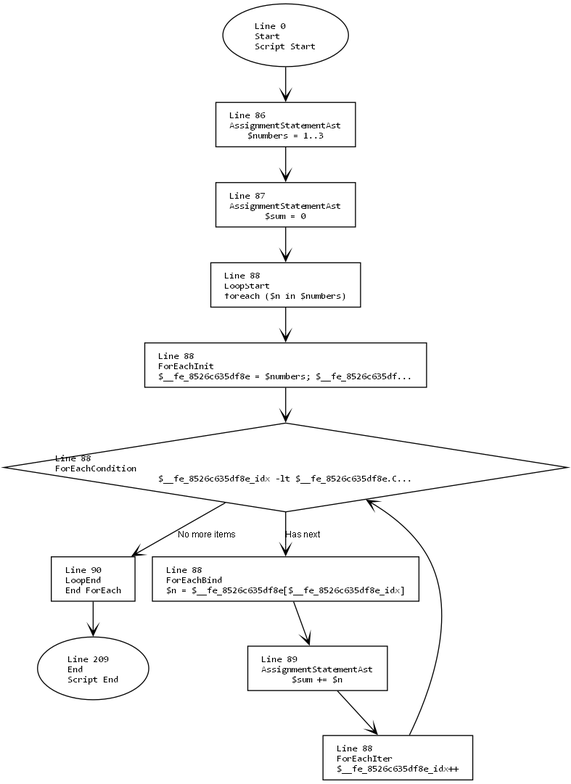
The Graphviz diagram in/in.png in mine41/deob, before a commit. Its source is kept beside it as in/in.dot.
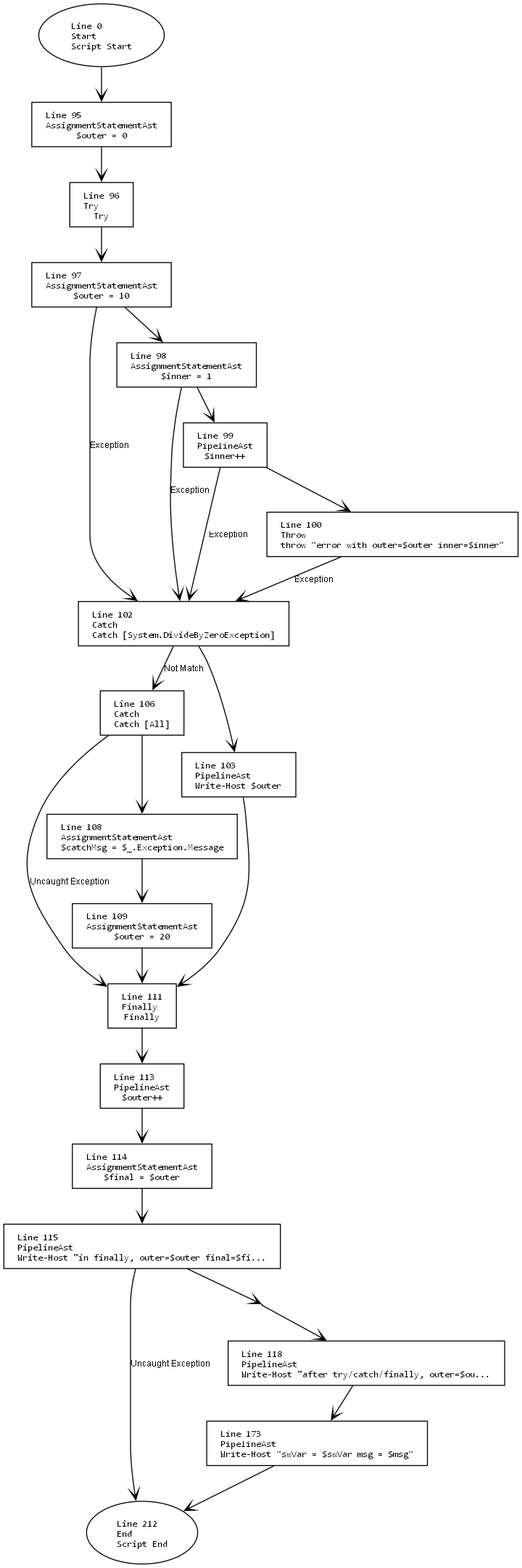
Above is the later version.

The edit, as a diff of the source:
```diff
@@ -11,26 +11,49 @@
     edge [fontname="Arial", arrowhead=vee, fontsize=9];
 
     1 [label="Line 0\lStart\lScript Start", shape=oval];
-    2 [label="Line 209\lEnd\lScript End", shape=oval];
-    3 [label="Line 86\lAssignmentStatementAst\l$numbers = 1..3", shape=box];
-    4 [label="Line 87\lAssignmentStatementAst\l$sum = 0", shape=box];
-    5 [label="Line 88\lLoopStart\lforeach ($n in $numbers)", shape=box];
-    6 [label="Line 88\lForEachInit\l$__fe_8526c635df8e = $numbers; $__fe_8526c635df...", shape=box];
-    7 [label="Line 88\lForEachCondition\l$__fe_8526c635df8e_idx -lt $__fe_8526c635df8e.C...", shape=diamond];
-    8 [label="Line 90\lLoopEnd\lEnd ForEach", shape=box];
-    9 [label="Line 88\lForEachBind\l$n = $__fe_8526c635df8e[$__fe_8526c635df8e_idx]", shape=box];
-    10 [label="Line 88\lForEachIter\l$__fe_8526c635df8e_idx++", shape=box];
-    11 [label="Line 89\lAssignmentStatementAst\l$sum += $n", shape=box];
+    2 [label="Line 212\lEnd\lScript End", shape=oval];
+    3 [label="Line 95\lAssignmentStatementAst\l$outer = 0", shape=box];
+    4 [label="Line 96\lTry\lTry", shape=box];
+    5 [label="Line 111\lFinally\lFinally", shape=box];
+    6 [label="Line 102\lCatch\lCatch [System.DivideByZeroException]", shape=box];
+    7 [label="Line 106\lCatch\lCatch [All]", shape=box];
+    8 [label="Line 97\lAssignmentStatementAst\l$outer = 10", shape=box];
+    9 [label="Line 98\lAssignmentStatementAst\l$inner = 1", shape=box];
+    10 [label="Line 99\lPipelineAst\l$inner++", shape=box];
+    11 [label="Line 100\lThrow\lthrow \"error with outer=$outer inner=$inner\"", shape=box];
+    12 [label="Line 103\lPipelineAst\lWrite-Host $outer", shape=box];
+    13 [label="Line 108\lAssignmentStatementAst\l$catchMsg = $_.Exception.Message", shape=box];
+    14 [label="Line 109\lAssignmentStatementAst\l$outer = 20", shape=box];
+    15 [label="Line 113\lPipelineAst\l$outer++", shape=box];
+    16 [label="Line 114\lAssignmentStatementAst\l$final = $outer", shape=box];
+    17 [label="Line 115\lPipelineAst\lWrite-Host \"in finally, outer=$outer final=$fi...", shape=box];
+    18 [label="Line 116\lMerge\lTry-End", shape=point];
+    19 [label="Line 118\lPipelineAst\lWrite-Host \"after try/catch/finally, outer=$ou...", shape=box];
+    20 [label="Line 173\lPipelineAst\lWrite-Host \"swVar = $swVar msg = $msg\"", shape=box];
 
     1 -> 3;
     3 -> 4;
-    4 -> 5;
-    5 -> 6;
-    6 -> 7;
-    7 -> 8 [label="No more items"];
-    7 -> 9 [label="Has next"];
-    10 -> 7;
-    9 -> 11;
-    11 -> 10;
-    8 -> 2;
+    4 -> 8;
+    8 -> 9;
+    9 -> 10;
+    10 -> 11;
+    8 -> 6 [label="Exception"];
+    9 -> 6 [label="Exception"];
+    10 -> 6 [label="Exception"];
+    11 -> 6 [label="Exception"];
+    6 -> 12;
+    6 -> 7 [label="Not Match"];
+    7 -> 13;
+    13 -> 14;
+    7 -> 5 [label="Uncaught Exception"];
+    12 -> 5;
+    14 -> 5;
+    5 -> 15;
+    15 -> 16;
+    16 -> 17;
+    17 -> 2 [label="Uncaught Exception"];
+    17 -> 18;
+    18 -> 19;
+    19 -> 20;
+    20 -> 2;
 }
```
